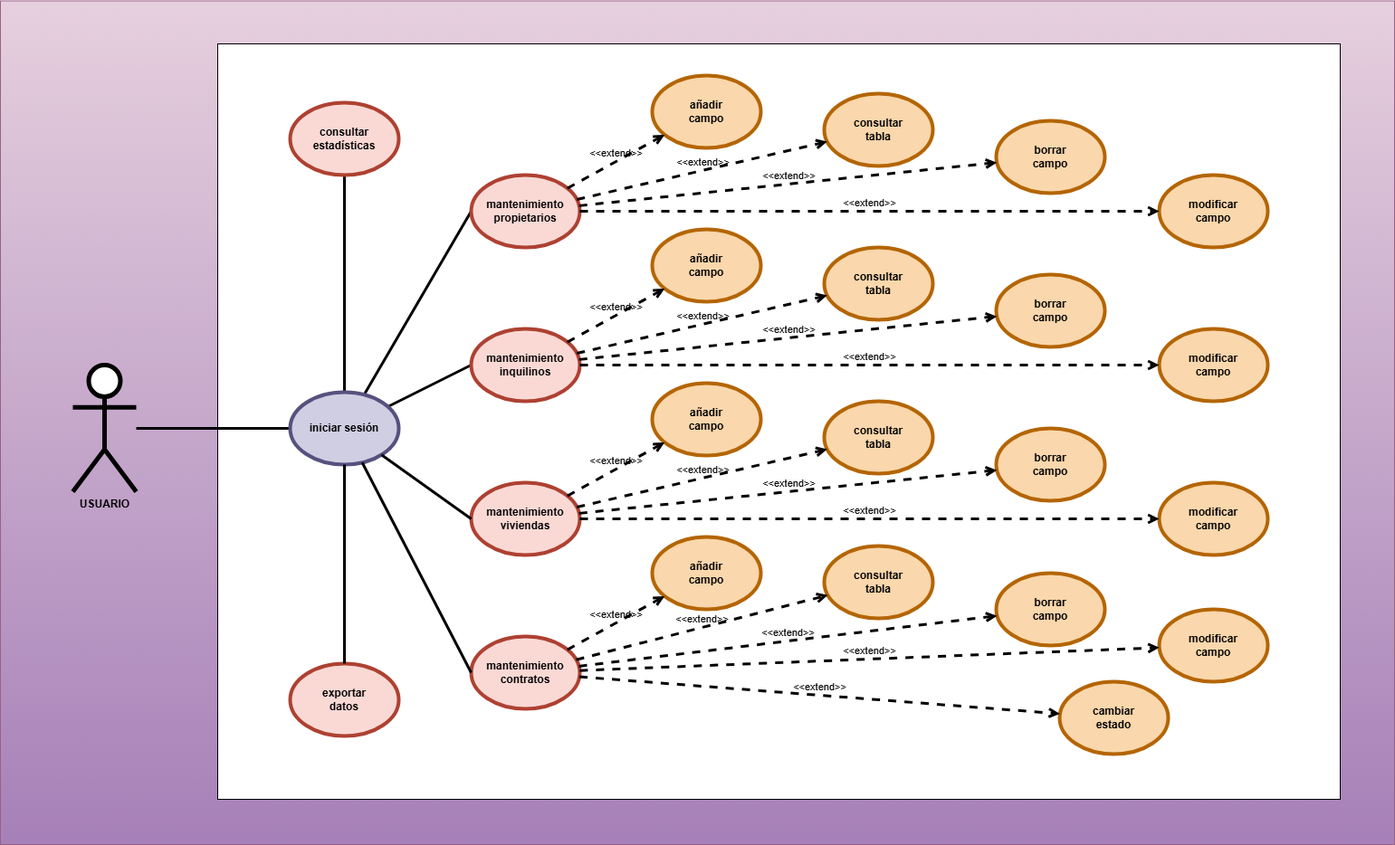
Above: DOCUMENTACIÓN/CASOS DE USO/diagrama-casos-uso.png in ahdexito/alquilaria (draw.io), before the change. Source tidied: cells renumbered, new cells last; positions are measured from the earlier drawing's top-left corner, leaving out a move shared by most shapes.
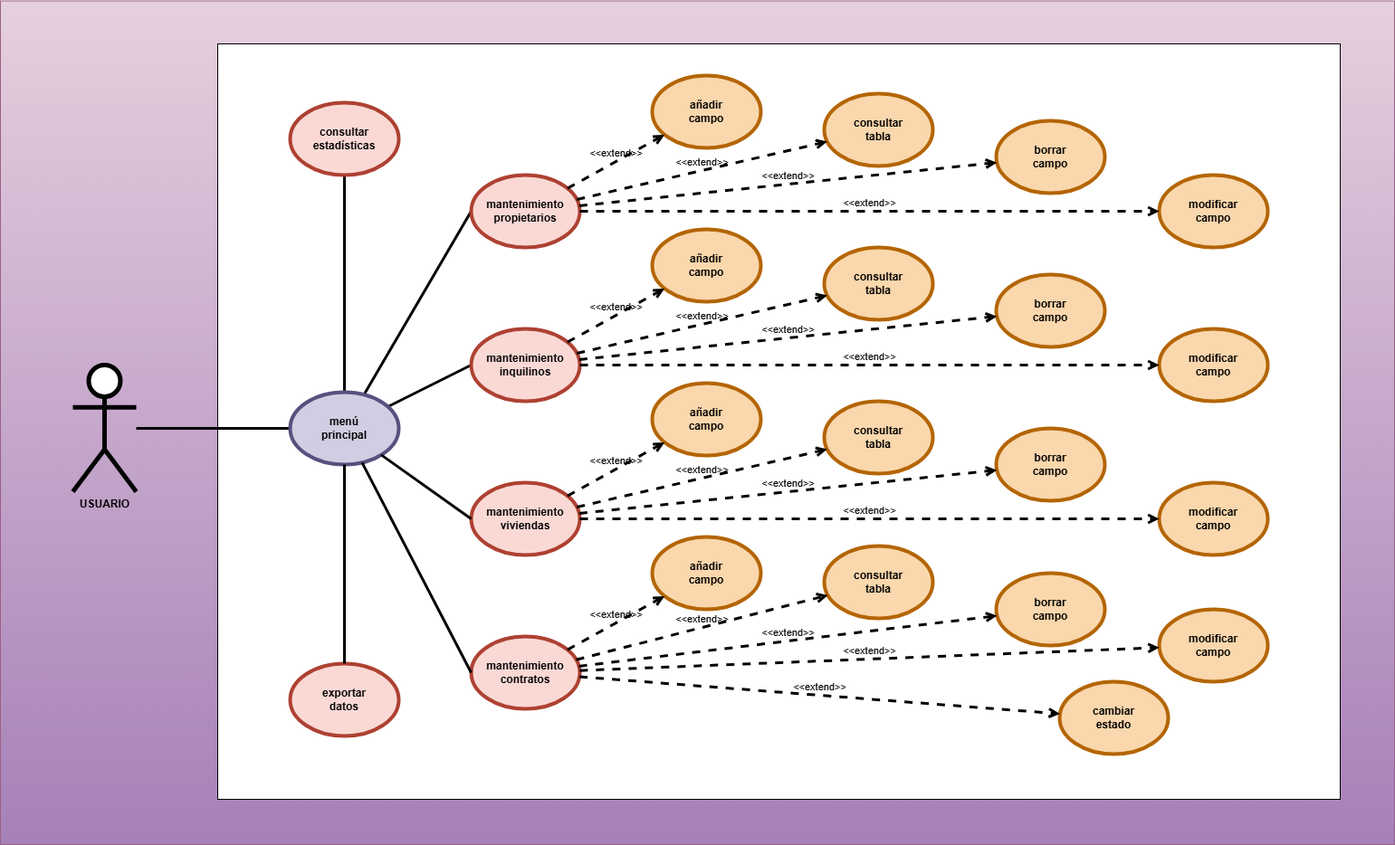
Later version of the same file.

Change to the diagram source:
```diff
@@ -23,7 +23,7 @@
     <mxCell id="8" style="rounded=0;jettySize=auto;html=1;entryX=0;entryY=0.5;entryDx=0;entryDy=0;endArrow=none;startFill=0;strokeWidth=3;" parent="1" edge="1" source="9" target="20">
       <mxGeometry relative="1" as="geometry" />
     </mxCell>
-    <mxCell id="9" value="&lt;b&gt;iniciar sesión&lt;/b&gt;" style="ellipse;whiteSpace=wrap;html=1;labelBackgroundColor=none;fillColor=#d0cee2;strokeColor=#56517e;strokeWidth=4;" parent="1" vertex="1">
+    <mxCell id="9" value="&lt;b&gt;menú&lt;/b&gt;&lt;div&gt;&lt;b&gt;principal&lt;/b&gt;&lt;/div&gt;" style="ellipse;whiteSpace=wrap;html=1;labelBackgroundColor=none;fillColor=#d0cee2;strokeColor=#56517e;strokeWidth=4;" parent="1" vertex="1">
       <mxGeometry x="320" y="432" width="120" height="80" as="geometry" />
     </mxCell>
     <mxCell id="10" value="&lt;div&gt;&lt;b&gt;mantenimiento&lt;/b&gt;&lt;/div&gt;&lt;div&gt;&lt;b&gt;propietarios&lt;br&gt;&lt;/b&gt;&lt;/div&gt;" style="ellipse;whiteSpace=wrap;html=1;labelBackgroundColor=none;fillColor=#fad9d5;strokeColor=#ae4132;strokeWidth=4;" parent="1" vertex="1">
```
